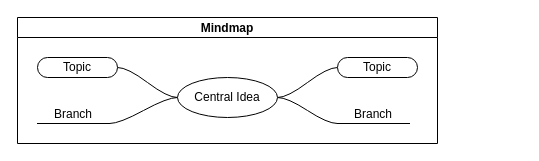
Above: awsArchitectAssociated.drawio in danielorozco06/MindMaps (draw.io), before the change. Source tidied: cells renumbered, new cells numbered last; positions are measured from the earlier drawing's top-left corner, leaving out a move shared by most shapes. Both pictures are drawn from the tidied source at 100%, with x=0, y=0 at pixel (17, 17).
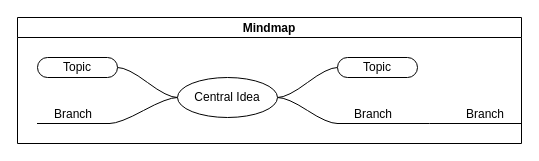
Above is the later version.

Change to the diagram source:
```diff
@@
 <mxGraphModel>
   <root>
     <mxCell id="0" />
     <mxCell id="1" parent="0" />
     <mxCell id="2" value="Mindmap" style="swimlane;startSize=20;horizontal=1;containerType=tree;" parent="1" vertex="1">
-      <mxGeometry width="420" height="126" as="geometry" />
+      <mxGeometry width="504" height="126" as="geometry" />
     </mxCell>
     <mxCell id="3" style="edgeStyle=entityRelationEdgeStyle;startArrow=none;endArrow=none;segment=10;curved=1;sourcePerimeterSpacing=0;targetPerimeterSpacing=0;rounded=0;" parent="2" edge="1" source="7" target="8">
       <mxGeometry relative="1" as="geometry" />
     </mxCell>
     <mxCell id="4" style="edgeStyle=entityRelationEdgeStyle;startArrow=none;endArrow=none;segment=10;curved=1;sourcePerimeterSpacing=0;targetPerimeterSpacing=0;rounded=0;" parent="2" edge="1" source="7" target="9">
       <mxGeometry relative="1" as="geometry" />
     </mxCell>
     <mxCell id="5" style="edgeStyle=entityRelationEdgeStyle;startArrow=none;endArrow=none;segment=10;curved=1;sourcePerimeterSpacing=0;targetPerimeterSpacing=0;rounded=0;" parent="2" edge="1" source="7" target="10">
       <mxGeometry relative="1" as="geometry" />
     </mxCell>
     <mxCell id="6" style="edgeStyle=entityRelationEdgeStyle;startArrow=none;endArrow=none;segment=10;curved=1;sourcePerimeterSpacing=0;targetPerimeterSpacing=0;rounded=0;" parent="2" edge="1" source="7" target="11">
       <mxGeometry relative="1" as="geometry" />
     </mxCell>
     <mxCell id="7" value="Central Idea" style="ellipse;whiteSpace=wrap;html=1;align=center;newEdgeStyle={&quot;edgeStyle&quot;:&quot;entityRelationEdgeStyle&quot;,&quot;startArrow&quot;:&quot;none&quot;,&quot;endArrow&quot;:&quot;none&quot;,&quot;segment&quot;:10,&quot;curved&quot;:1,&quot;sourcePerimeterSpacing&quot;:0,&quot;targetPerimeterSpacing&quot;:0};" parent="2" vertex="1">
       <mxGeometry x="160" y="60" width="100" height="40" as="geometry" />
     </mxCell>
     <mxCell id="8" value="Topic" style="whiteSpace=wrap;html=1;rounded=1;arcSize=50;align=center;verticalAlign=middle;strokeWidth=1;spacing=4;newEdgeStyle={&quot;edgeStyle&quot;:&quot;entityRelationEdgeStyle&quot;,&quot;startArrow&quot;:&quot;none&quot;,&quot;endArrow&quot;:&quot;none&quot;,&quot;segment&quot;:10,&quot;curved&quot;:1,&quot;sourcePerimeterSpacing&quot;:0,&quot;targetPerimeterSpacing&quot;:0};" parent="2" vertex="1">
       <mxGeometry x="320" y="40" width="80" height="20" as="geometry" />
     </mxCell>
     <mxCell id="9" value="Branch" style="whiteSpace=wrap;html=1;shape=partialRectangle;top=0;left=0;bottom=1;right=0;points=[[0,1],[1,1]];fillColor=none;align=center;verticalAlign=bottom;routingCenterY=0.5;snapToPoint=1;newEdgeStyle={&quot;edgeStyle&quot;:&quot;entityRelationEdgeStyle&quot;,&quot;startArrow&quot;:&quot;none&quot;,&quot;endArrow&quot;:&quot;none&quot;,&quot;segment&quot;:10,&quot;curved&quot;:1,&quot;sourcePerimeterSpacing&quot;:0,&quot;targetPerimeterSpacing&quot;:0};" parent="2" vertex="1">
       <mxGeometry x="320" y="80" width="72" height="26" as="geometry" />
     </mxCell>
     <mxCell id="10" value="Topic" style="whiteSpace=wrap;html=1;rounded=1;arcSize=50;align=center;verticalAlign=middle;strokeWidth=1;spacing=4;newEdgeStyle={&quot;edgeStyle&quot;:&quot;entityRelationEdgeStyle&quot;,&quot;startArrow&quot;:&quot;none&quot;,&quot;endArrow&quot;:&quot;none&quot;,&quot;segment&quot;:10,&quot;curved&quot;:1,&quot;sourcePerimeterSpacing&quot;:0,&quot;targetPerimeterSpacing&quot;:0};" parent="2" vertex="1">
       <mxGeometry x="20" y="40" width="80" height="20" as="geometry" />
     </mxCell>
     <mxCell id="11" value="Branch" style="whiteSpace=wrap;html=1;shape=partialRectangle;top=0;left=0;bottom=1;right=0;points=[[0,1],[1,1]];fillColor=none;align=center;verticalAlign=bottom;routingCenterY=0.5;snapToPoint=1;newEdgeStyle={&quot;edgeStyle&quot;:&quot;entityRelationEdgeStyle&quot;,&quot;startArrow&quot;:&quot;none&quot;,&quot;endArrow&quot;:&quot;none&quot;,&quot;segment&quot;:10,&quot;curved&quot;:1,&quot;sourcePerimeterSpacing&quot;:0,&quot;targetPerimeterSpacing&quot;:0};" parent="2" vertex="1">
       <mxGeometry x="20" y="80" width="72" height="26" as="geometry" />
     </mxCell>
+    <mxCell id="12" style="edgeStyle=entityRelationEdgeStyle;startArrow=none;endArrow=none;segment=10;curved=1;sourcePerimeterSpacing=0;targetPerimeterSpacing=0;rounded=0;" parent="2" edge="1" source="9" target="13">
+      <mxGeometry relative="1" as="geometry" />
+    </mxCell>
+    <mxCell id="13" value="Branch" style="whiteSpace=wrap;html=1;shape=partialRectangle;top=0;left=0;bottom=1;right=0;points=[[0,1],[1,1]];fillColor=none;align=center;verticalAlign=bottom;routingCenterY=0.5;snapToPoint=1;newEdgeStyle={&quot;edgeStyle&quot;:&quot;entityRelationEdgeStyle&quot;,&quot;startArrow&quot;:&quot;none&quot;,&quot;endArrow&quot;:&quot;none&quot;,&quot;segment&quot;:10,&quot;curved&quot;:1,&quot;sourcePerimeterSpacing&quot;:0,&quot;targetPerimeterSpacing&quot;:0};" parent="2" vertex="1">
+      <mxGeometry x="432" y="80" width="72" height="26" as="geometry" />
+    </mxCell>
   </root>
 </mxGraphModel>
```
